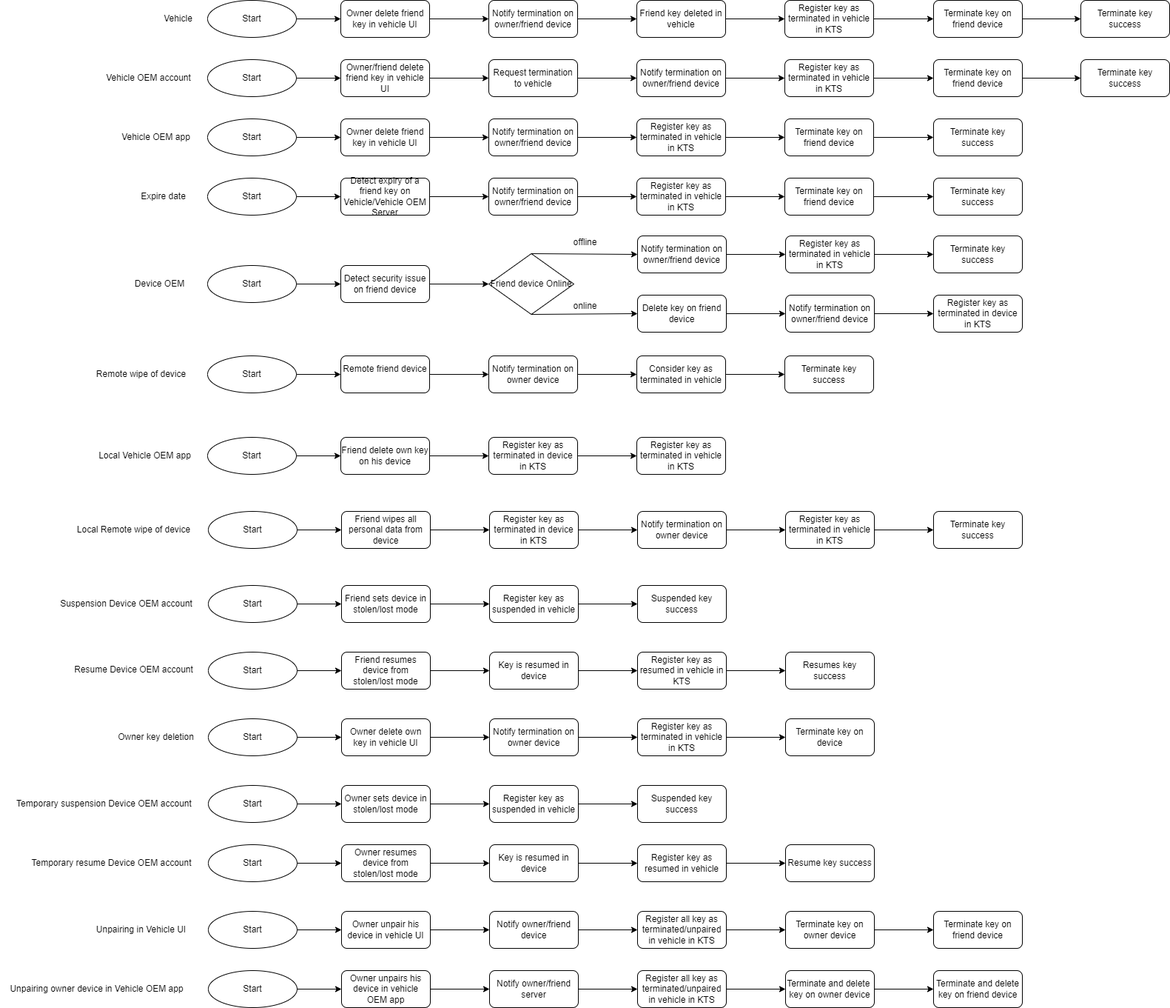
Before: DKC_KeyTerminationAndDeletion.drawio.png, a diagram exported from draw.io (LaurenHsu31/DKC). Source tidied: cells renumbered, new cells last; positions are measured from the earlier drawing's top-left corner, leaving out a move shared by most shapes.
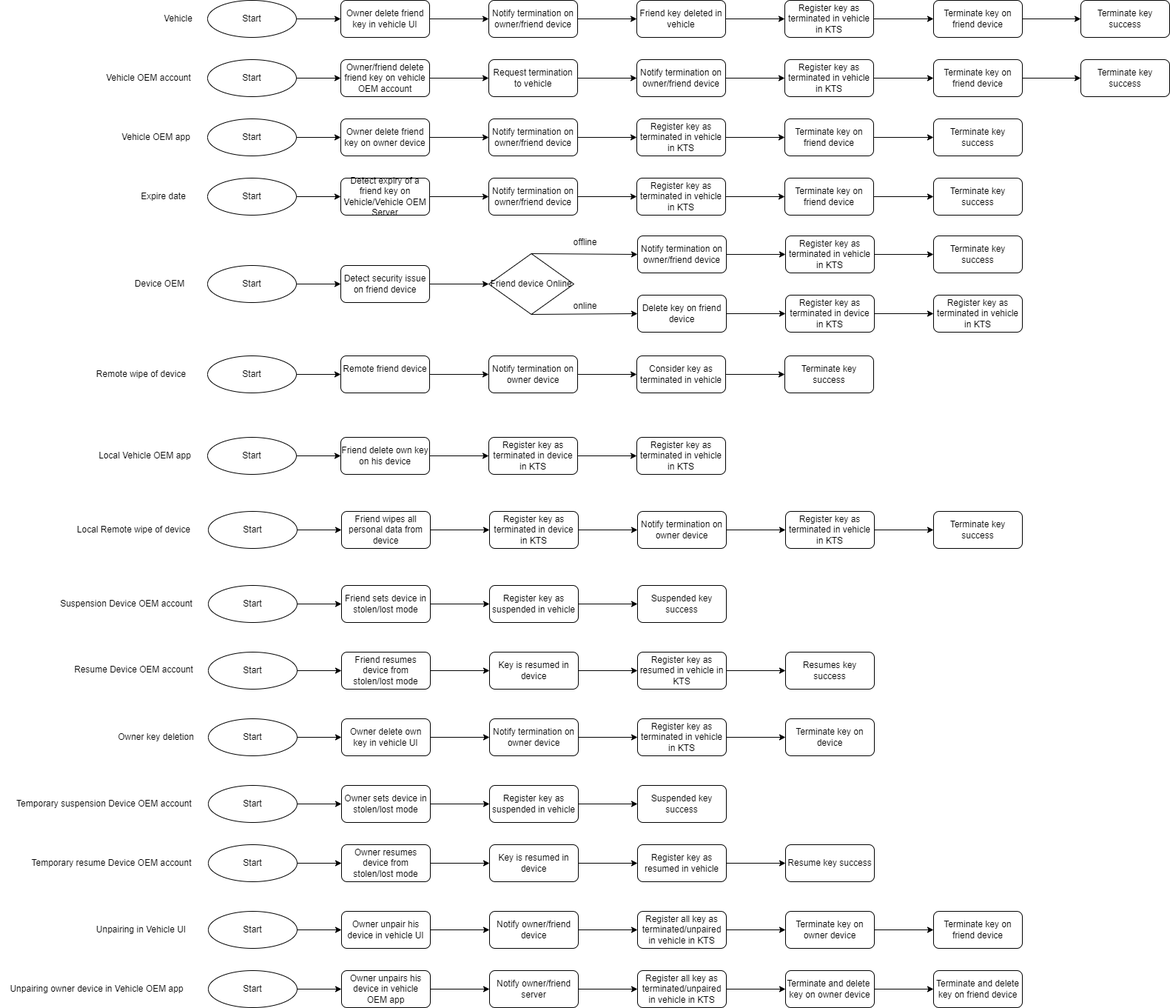
Later version of the same file.

Diff of the diagram source:
```diff
@@ -44,7 +44,7 @@
     <mxCell id="15" value="Start" style="ellipse;whiteSpace=wrap;html=1;" parent="1" vertex="1">
       <mxGeometry x="280" y="80" width="120" height="50" as="geometry" />
     </mxCell>
-    <mxCell id="16" value="Owner/friend delete friend key in vehicle UI" style="rounded=1;whiteSpace=wrap;html=1;" parent="1" vertex="1">
+    <mxCell id="16" value="Owner/friend delete friend key on vehicle OEM account" style="rounded=1;whiteSpace=wrap;html=1;" parent="1" vertex="1">
       <mxGeometry x="460" y="80" width="120" height="50" as="geometry" />
     </mxCell>
     <mxCell id="17" style="endArrow=classic;html=1;rounded=0;exitX=1;exitY=0.5;exitDx=0;exitDy=0;entryX=0;entryY=0.5;entryDx=0;entryDy=0;" parent="1" edge="1" source="15" target="16">
@@ -83,7 +83,7 @@
     <mxCell id="28" value="Start" style="ellipse;whiteSpace=wrap;html=1;" parent="1" vertex="1">
       <mxGeometry x="280" y="160" width="120" height="50" as="geometry" />
     </mxCell>
-    <mxCell id="29" value="Owner delete friend key in vehicle UI" style="rounded=1;whiteSpace=wrap;html=1;" parent="1" vertex="1">
+    <mxCell id="29" value="Owner delete friend key on owner device" style="rounded=1;whiteSpace=wrap;html=1;" parent="1" vertex="1">
       <mxGeometry x="460" y="160" width="120" height="50" as="geometry" />
     </mxCell>
     <mxCell id="30" style="endArrow=classic;html=1;rounded=0;exitX=1;exitY=0.5;exitDx=0;exitDy=0;entryX=0;entryY=0.5;entryDx=0;entryDy=0;" parent="1" edge="1" source="28" target="29">
@@ -176,10 +176,10 @@
     <mxCell id="59" style="endArrow=classic;html=1;rounded=0;exitX=1;exitY=0.5;exitDx=0;exitDy=0;entryX=0;entryY=0.5;entryDx=0;entryDy=0;" parent="1" edge="1" source="56" target="58">
       <mxGeometry relative="1" as="geometry" />
     </mxCell>
-    <mxCell id="60" value="Notify termination on owner/friend device" style="rounded=1;whiteSpace=wrap;html=1;" parent="1" vertex="1">
+    <mxCell id="60" value="Register key as terminated in device in KTS" style="rounded=1;whiteSpace=wrap;html=1;" parent="1" vertex="1">
       <mxGeometry x="1061" y="398" width="120" height="50" as="geometry" />
     </mxCell>
-    <mxCell id="61" value="Register key as terminated in device in KTS" style="rounded=1;whiteSpace=wrap;html=1;" parent="1" vertex="1">
+    <mxCell id="61" value="Register key as terminated in vehicle in KTS" style="rounded=1;whiteSpace=wrap;html=1;" parent="1" vertex="1">
       <mxGeometry x="1261" y="398" width="120" height="50" as="geometry" />
     </mxCell>
     <mxCell id="62" style="endArrow=classic;html=1;rounded=0;exitX=1;exitY=0.5;exitDx=0;exitDy=0;entryX=0;entryY=0.5;entryDx=0;entryDy=0;" parent="1" edge="1" source="60" target="61">
```
